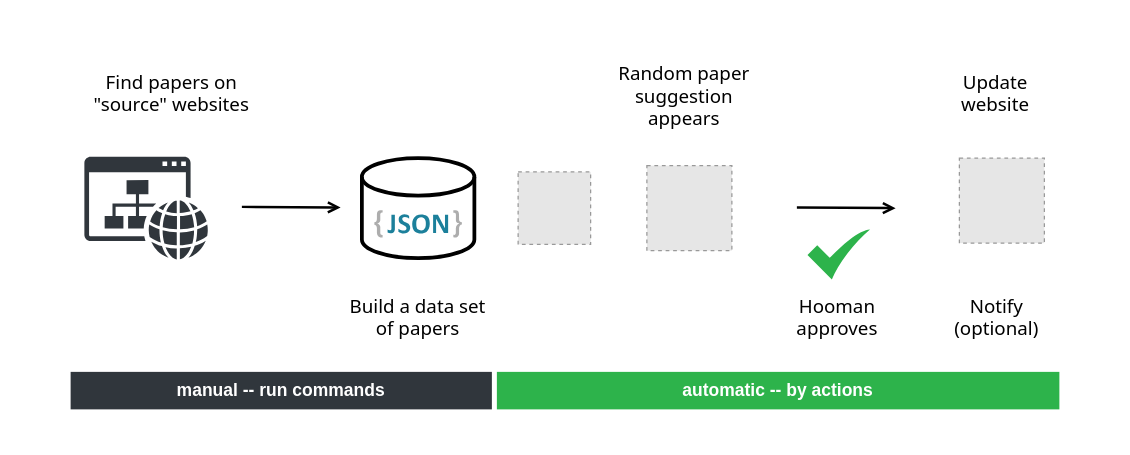
Before: .github/assets/workflow.drawio in the-au-forml-lab/plgroup, a draw.io diagram. Source tidied: cells renumbered, new cells numbered last; positions are measured from the earlier drawing's top-left corner, leaving out a move shared by most shapes. Both pictures are drawn from the tidied source at 125%, with x=0, y=0 at pixel (21, 21). Pictures stored in the file or linked from it are replaced by grey dashed boxes.
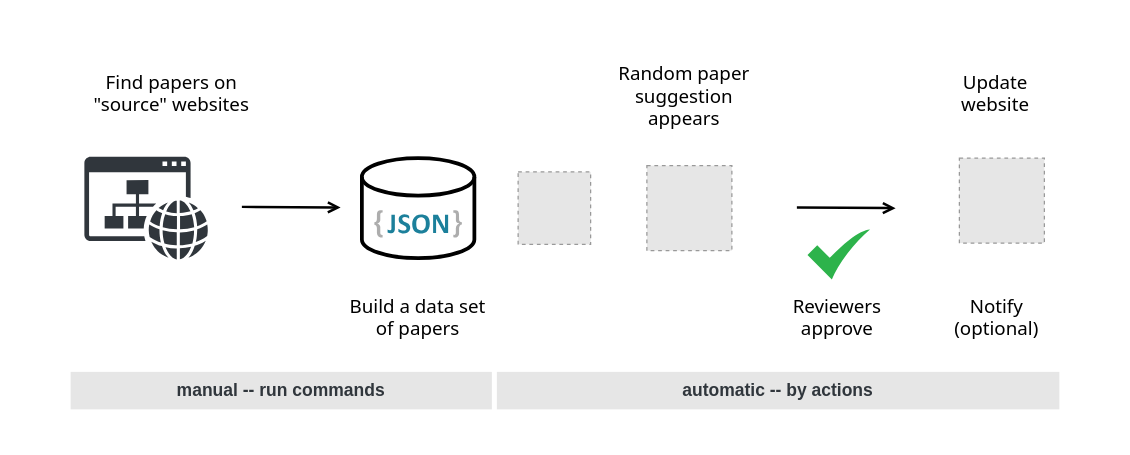
The same page after the edit.

What changed in the source:
```diff
@@
-    <mxCell id="12" value="Hooman approves" style="text;html=1;strokeColor=none;fillColor=none;align=center;verticalAlign=middle;whiteSpace=wrap;rounded=0;fontFamily=Tahoma;fontSize=15;" parent="1" vertex="1">
+    <mxCell id="12" value="Reviewers approve" style="text;html=1;strokeColor=none;fillColor=none;align=center;verticalAlign=middle;whiteSpace=wrap;rounded=0;fontFamily=Tahoma;fontSize=15;" parent="1" vertex="1">
       <mxGeometry x="600" y="220" width="105" height="30" as="geometry" />
     </mxCell>
@@
-    <mxCell id="15" value="manual -- run commands" style="rounded=0;whiteSpace=wrap;html=1;fillColor=#30363c;strokeColor=none;fontStyle=1;fontColor=#FFFFFF;fontSize=14;" parent="1" vertex="1">
+    <mxCell id="15" value="manual -- run commands" style="rounded=0;whiteSpace=wrap;html=1;fillColor=#E6E6E6;strokeColor=none;fontStyle=1;fontColor=#30363C;fontSize=14;" parent="1" vertex="1">
       <mxGeometry x="39" y="280" width="337" height="30" as="geometry" />
     </mxCell>
-    <mxCell id="16" value="automatic -- by actions" style="rounded=0;whiteSpace=wrap;html=1;fillColor=#2db34b;strokeColor=none;fontColor=#FFFFFF;fontStyle=1;fontSize=14;" parent="1" vertex="1">
+    <mxCell id="16" value="automatic -- by actions" style="rounded=0;whiteSpace=wrap;html=1;fillColor=#E6E6E6;strokeColor=none;fontColor=#30363C;fontStyle=1;fontSize=14;" parent="1" vertex="1">
       <mxGeometry x="380" y="280" width="450" height="30" as="geometry" />
     </mxCell>
```
